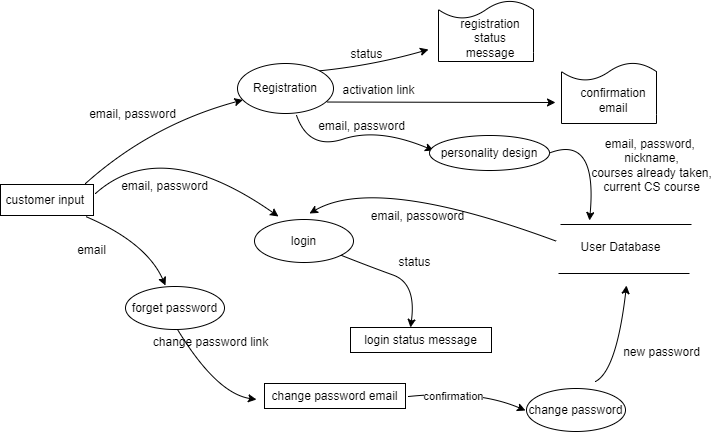
Pengxiang-Huang/CSC4001_Project keeps this draw.io diagram as Report/pic/DFD/Login_and_registration.png. Above is the earlier version. Source tidied: cells renumbered, new cells last; positions are measured from the earlier drawing's top-left corner, leaving out a move shared by most shapes. Source of this version:
```xml
<mxGraphModel background="#ffffff">
  <root>
    <mxCell id="0" />
    <mxCell id="1" parent="0" />
    <mxCell id="2" value="customer input&amp;nbsp;" style="rounded=0;whiteSpace=wrap;html=1;" parent="1" vertex="1">
      <mxGeometry y="184" width="93" height="31" as="geometry" />
    </mxCell>
    <mxCell id="3" value="email, password" style="text;html=1;align=center;verticalAlign=middle;strokeColor=none;fillColor=none;" parent="1" vertex="1">
      <mxGeometry x="83" y="105" width="97" height="18" as="geometry" />
    </mxCell>
    <mxCell id="4" value="Registration" style="ellipse;whiteSpace=wrap;html=1;" parent="1" vertex="1">
      <mxGeometry x="237" y="63" width="96" height="50" as="geometry" />
    </mxCell>
    <mxCell id="5" style="curved=1;endArrow=classic;html=1;rounded=0;exitX=1;exitY=0;exitDx=0;exitDy=0;" parent="1" edge="1" source="4">
      <mxGeometry relative="1" as="geometry">
        <mxPoint x="428" y="49" as="targetPoint" />
        <Array as="points">
          <mxPoint x="372" y="65" />
        </Array>
      </mxGeometry>
    </mxCell>
    <mxCell id="6" value="status" style="text;html=1;align=center;verticalAlign=middle;strokeColor=none;fillColor=none;" parent="1" vertex="1">
      <mxGeometry x="345" y="45" width="42" height="18" as="geometry" />
    </mxCell>
    <mxCell id="7" style="curved=1;endArrow=classic;html=1;rounded=0;exitX=1;exitY=0;exitDx=0;exitDy=0;" parent="1" edge="1">
      <mxGeometry relative="1" as="geometry">
        <mxPoint x="327" y="101.5" as="sourcePoint" />
        <mxPoint x="555" y="102" as="targetPoint" />
      </mxGeometry>
    </mxCell>
    <mxCell id="8" value="activation link" style="text;html=1;align=center;verticalAlign=middle;strokeColor=none;fillColor=none;" parent="1" vertex="1">
      <mxGeometry x="337" y="81" width="82" height="18" as="geometry" />
    </mxCell>
    <mxCell id="9" style="curved=1;endArrow=classic;html=1;rounded=0;exitX=0.613;exitY=1.027;exitDx=0;exitDy=0;exitPerimeter=0;" parent="1" edge="1" source="4">
      <mxGeometry relative="1" as="geometry">
        <mxPoint x="433" y="150" as="targetPoint" />
        <Array as="points">
          <mxPoint x="308" y="150" />
          <mxPoint x="378" y="127" />
        </Array>
      </mxGeometry>
    </mxCell>
    <mxCell id="10" value="email, password" style="text;html=1;align=center;verticalAlign=middle;strokeColor=none;fillColor=none;" parent="1" vertex="1">
      <mxGeometry x="312" y="117" width="97" height="18" as="geometry" />
    </mxCell>
    <mxCell id="11" value="personality design" style="ellipse;whiteSpace=wrap;html=1;" parent="1" vertex="1">
      <mxGeometry x="429" y="135" width="120" height="35" as="geometry" />
    </mxCell>
    <mxCell id="12" style="curved=1;endArrow=classic;html=1;rounded=0;exitX=1;exitY=0.5;exitDx=0;exitDy=0;" parent="1" edge="1" source="11">
      <mxGeometry relative="1" as="geometry">
        <mxPoint x="589" y="220" as="targetPoint" />
        <Array as="points">
          <mxPoint x="597" y="134" />
        </Array>
      </mxGeometry>
    </mxCell>
    <mxCell id="13" value="email, password,&amp;nbsp;&lt;br&gt;nickname,&lt;br&gt;courses already taken,&lt;br&gt;current CS course" style="text;html=1;align=center;verticalAlign=middle;strokeColor=none;fillColor=none;" parent="1" vertex="1">
      <mxGeometry x="585" y="135" width="131" height="60" as="geometry" />
    </mxCell>
    <mxCell id="14" value="email, password" style="text;html=1;align=center;verticalAlign=middle;strokeColor=none;fillColor=none;" parent="1" vertex="1">
      <mxGeometry x="115" y="177" width="97" height="18" as="geometry" />
    </mxCell>
    <mxCell id="15" style="curved=1;endArrow=classic;html=1;rounded=0;" parent="1" edge="1" target="4">
      <mxGeometry relative="1" as="geometry">
        <mxPoint x="85" y="183" as="sourcePoint" />
        <Array as="points">
          <mxPoint x="151" y="124" />
        </Array>
      </mxGeometry>
    </mxCell>
    <mxCell id="16" style="curved=1;endArrow=classic;html=1;rounded=0;" parent="1" edge="1">
      <mxGeometry relative="1" as="geometry">
        <mxPoint x="95" y="193" as="sourcePoint" />
        <mxPoint x="278" y="216" as="targetPoint" />
        <Array as="points">
          <mxPoint x="161" y="134" />
        </Array>
      </mxGeometry>
    </mxCell>
    <mxCell id="17" value="login" style="ellipse;whiteSpace=wrap;html=1;" parent="1" vertex="1">
      <mxGeometry x="254" y="219" width="99" height="43" as="geometry" />
    </mxCell>
    <mxCell id="18" style="curved=1;endArrow=classic;html=1;rounded=0;" parent="1" edge="1">
      <mxGeometry relative="1" as="geometry">
        <mxPoint x="556" y="240.8" as="sourcePoint" />
        <mxPoint x="309" y="213" as="targetPoint" />
        <Array as="points">
          <mxPoint x="376" y="174" />
        </Array>
      </mxGeometry>
    </mxCell>
    <mxCell id="19" value="email, passoword" style="text;html=1;align=center;verticalAlign=middle;strokeColor=none;fillColor=none;" parent="1" vertex="1">
      <mxGeometry x="365" y="207" width="103" height="18" as="geometry" />
    </mxCell>
    <mxCell id="20" style="curved=1;endArrow=classic;html=1;rounded=0;" parent="1" edge="1" source="17">
      <mxGeometry relative="1" as="geometry">
        <mxPoint x="410" y="327" as="targetPoint" />
        <Array as="points">
          <mxPoint x="369" y="266" />
          <mxPoint x="416" y="283" />
        </Array>
      </mxGeometry>
    </mxCell>
    <mxCell id="21" value="login status message" style="rounded=0;whiteSpace=wrap;html=1;" parent="1" vertex="1">
      <mxGeometry x="350" y="327" width="141" height="25" as="geometry" />
    </mxCell>
    <mxCell id="22" value="status" style="text;html=1;align=center;verticalAlign=middle;strokeColor=none;fillColor=none;" parent="1" vertex="1">
      <mxGeometry x="393" y="253" width="42" height="18" as="geometry" />
    </mxCell>
    <mxCell id="23" style="curved=1;endArrow=classic;html=1;rounded=0;exitX=0.918;exitY=1.035;exitDx=0;exitDy=0;exitPerimeter=0;" parent="1" edge="1" source="2">
      <mxGeometry relative="1" as="geometry">
        <mxPoint x="165" y="285" as="targetPoint" />
        <Array as="points">
          <mxPoint x="146" y="242" />
        </Array>
      </mxGeometry>
    </mxCell>
    <mxCell id="24" value="email" style="text;html=1;align=center;verticalAlign=middle;strokeColor=none;fillColor=none;" parent="1" vertex="1">
      <mxGeometry x="71" y="241" width="39" height="18" as="geometry" />
    </mxCell>
    <mxCell id="25" value="forget password" style="ellipse;whiteSpace=wrap;html=1;" parent="1" vertex="1">
      <mxGeometry x="125" y="286" width="99" height="43" as="geometry" />
    </mxCell>
    <mxCell id="26" style="curved=1;endArrow=classic;html=1;rounded=0;" parent="1" edge="1">
      <mxGeometry relative="1" as="geometry">
        <mxPoint x="177" y="329" as="sourcePoint" />
        <mxPoint x="256" y="399" as="targetPoint" />
        <Array as="points">
          <mxPoint x="216" y="393" />
        </Array>
      </mxGeometry>
    </mxCell>
    <mxCell id="27" value="change password link&lt;br&gt;" style="text;html=1;align=center;verticalAlign=middle;strokeColor=none;fillColor=none;" parent="1" vertex="1">
      <mxGeometry x="147" y="333" width="125" height="18" as="geometry" />
    </mxCell>
    <mxCell id="28" value="change password email" style="rounded=0;whiteSpace=wrap;html=1;" parent="1" vertex="1">
      <mxGeometry x="264" y="383" width="141" height="25" as="geometry" />
    </mxCell>
    <mxCell id="29" style="curved=1;endArrow=classic;html=1;rounded=0;" parent="1" edge="1">
      <mxGeometry relative="1" as="geometry">
        <mxPoint x="408" y="396" as="sourcePoint" />
        <mxPoint x="525" y="410" as="targetPoint" />
        <Array as="points">
          <mxPoint x="476" y="389" />
        </Array>
      </mxGeometry>
    </mxCell>
    <mxCell id="30" value="confirmation" style="edgeLabel;html=1;align=center;verticalAlign=middle;" parent="29" vertex="1">
      <mxGeometry x="-0.51" y="-1" relative="1" as="geometry">
        <mxPoint x="15" y="2" as="offset" />
      </mxGeometry>
    </mxCell>
    <mxCell id="31" value="change password" style="ellipse;whiteSpace=wrap;html=1;" parent="1" vertex="1">
      <mxGeometry x="526" y="388" width="99" height="43" as="geometry" />
    </mxCell>
    <mxCell id="32" style="curved=1;endArrow=classic;html=1;rounded=0;" parent="1" edge="1">
      <mxGeometry relative="1" as="geometry">
        <mxPoint x="595" y="381" as="sourcePoint" />
        <mxPoint x="626" y="285" as="targetPoint" />
        <Array as="points">
          <mxPoint x="616" y="370" />
        </Array>
      </mxGeometry>
    </mxCell>
    <mxCell id="33" value="new password" style="text;html=1;align=center;verticalAlign=middle;strokeColor=none;fillColor=none;" parent="1" vertex="1">
      <mxGeometry x="617" y="343" width="87" height="18" as="geometry" />
    </mxCell>
    <mxCell id="34" style="endArrow=none;html=1;rounded=0;" parent="1" edge="1">
      <mxGeometry relative="1" as="geometry">
        <mxPoint x="560" y="224" as="sourcePoint" />
        <mxPoint x="691" y="224" as="targetPoint" />
      </mxGeometry>
    </mxCell>
    <mxCell id="35" style="endArrow=none;html=1;rounded=0;" parent="1" edge="1">
      <mxGeometry relative="1" as="geometry">
        <mxPoint x="558" y="273" as="sourcePoint" />
        <mxPoint x="689" y="273" as="targetPoint" />
      </mxGeometry>
    </mxCell>
    <mxCell id="36" value="User Database" style="text;html=1;strokeColor=none;fillColor=none;align=center;verticalAlign=middle;whiteSpace=wrap;rounded=0;" parent="1" vertex="1">
      <mxGeometry x="547" y="232" width="147" height="30" as="geometry" />
    </mxCell>
    <mxCell id="37" style="shape=document;whiteSpace=wrap;html=1;boundedLbl=1;rotation=-180;" parent="1" vertex="1">
      <mxGeometry x="438" width="95" height="61" as="geometry" />
    </mxCell>
    <mxCell id="38" value="registration status message" style="text;html=1;strokeColor=none;fillColor=none;align=center;verticalAlign=middle;whiteSpace=wrap;rounded=0;" parent="1" vertex="1">
      <mxGeometry x="459.5" y="23" width="60" height="30" as="geometry" />
    </mxCell>
    <mxCell id="39" style="shape=document;whiteSpace=wrap;html=1;boundedLbl=1;rotation=-180;" parent="1" vertex="1">
      <mxGeometry x="561" y="62" width="95" height="61" as="geometry" />
    </mxCell>
    <mxCell id="40" value="confirmation email" style="text;html=1;strokeColor=none;fillColor=none;align=center;verticalAlign=middle;whiteSpace=wrap;rounded=0;" parent="1" vertex="1">
      <mxGeometry x="582.5" y="85" width="60" height="30" as="geometry" />
    </mxCell>
  </root>
</mxGraphModel>
```
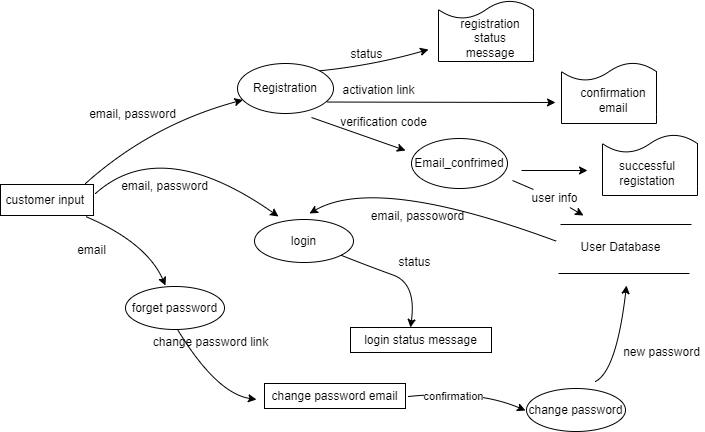
After the commit.

Change to the diagram source:
```diff
@@ -31,32 +31,6 @@
     <mxCell id="8" value="activation link" style="text;html=1;align=center;verticalAlign=middle;strokeColor=none;fillColor=none;" parent="1" vertex="1">
       <mxGeometry x="337" y="81" width="82" height="18" as="geometry" />
     </mxCell>
-    <mxCell id="9" style="curved=1;endArrow=classic;html=1;rounded=0;exitX=0.613;exitY=1.027;exitDx=0;exitDy=0;exitPerimeter=0;" parent="1" edge="1" source="4">
-      <mxGeometry relative="1" as="geometry">
-        <mxPoint x="433" y="150" as="targetPoint" />
-        <Array as="points">
-          <mxPoint x="308" y="150" />
-          <mxPoint x="378" y="127" />
-        </Array>
-      </mxGeometry>
-    </mxCell>
-    <mxCell id="10" value="email, password" style="text;html=1;align=center;verticalAlign=middle;strokeColor=none;fillColor=none;" parent="1" vertex="1">
-      <mxGeometry x="312" y="117" width="97" height="18" as="geometry" />
-    </mxCell>
-    <mxCell id="11" value="personality design" style="ellipse;whiteSpace=wrap;html=1;" parent="1" vertex="1">
-      <mxGeometry x="429" y="135" width="120" height="35" as="geometry" />
-    </mxCell>
-    <mxCell id="12" style="curved=1;endArrow=classic;html=1;rounded=0;exitX=1;exitY=0.5;exitDx=0;exitDy=0;" parent="1" edge="1" source="11">
-      <mxGeometry relative="1" as="geometry">
-        <mxPoint x="589" y="220" as="targetPoint" />
-        <Array as="points">
-          <mxPoint x="597" y="134" />
-        </Array>
-      </mxGeometry>
-    </mxCell>
-    <mxCell id="13" value="email, password,&amp;nbsp;&lt;br&gt;nickname,&lt;br&gt;courses already taken,&lt;br&gt;current CS course" style="text;html=1;align=center;verticalAlign=middle;strokeColor=none;fillColor=none;" parent="1" vertex="1">
-      <mxGeometry x="585" y="135" width="131" height="60" as="geometry" />
-    </mxCell>
     <mxCell id="14" value="email, password" style="text;html=1;align=center;verticalAlign=middle;strokeColor=none;fillColor=none;" parent="1" vertex="1">
       <mxGeometry x="115" y="177" width="97" height="18" as="geometry" />
     </mxCell>
@@ -192,5 +166,42 @@
     <mxCell id="40" value="confirmation email" style="text;html=1;strokeColor=none;fillColor=none;align=center;verticalAlign=middle;whiteSpace=wrap;rounded=0;" parent="1" vertex="1">
       <mxGeometry x="582.5" y="85" width="60" height="30" as="geometry" />
     </mxCell>
+    <mxCell id="41" value="Email_confrimed" style="ellipse;whiteSpace=wrap;html=1;" parent="1" vertex="1">
+      <mxGeometry x="411" y="138" width="96" height="50" as="geometry" />
+    </mxCell>
+    <mxCell id="42" style="endArrow=classic;html=1;rounded=0;" parent="1" edge="1">
+      <mxGeometry relative="1" as="geometry">
+        <mxPoint x="311" y="117" as="sourcePoint" />
+        <mxPoint x="405" y="150" as="targetPoint" />
+      </mxGeometry>
+    </mxCell>
+    <mxCell id="43" value="verification code" style="text;html=1;align=center;verticalAlign=middle;strokeColor=none;fillColor=none;" parent="1" vertex="1">
+      <mxGeometry x="334" y="113" width="97" height="18" as="geometry" />
+    </mxCell>
+    <mxCell id="44" style="endArrow=classic;html=1;rounded=0;" parent="1" edge="1">
+      <mxGeometry relative="1" as="geometry">
+        <mxPoint x="521" y="170" as="sourcePoint" />
+        <mxPoint x="587" y="170" as="targetPoint" />
+      </mxGeometry>
+    </mxCell>
+    <mxCell id="45" style="shape=document;whiteSpace=wrap;html=1;boundedLbl=1;rotation=-180;" parent="1" vertex="1">
+      <mxGeometry x="602" y="134" width="95" height="61" as="geometry" />
+    </mxCell>
+    <mxCell id="46" value="successful registation" style="text;html=1;strokeColor=none;fillColor=none;align=center;verticalAlign=middle;whiteSpace=wrap;rounded=0;" parent="1" vertex="1">
+      <mxGeometry x="617" y="158" width="60" height="30" as="geometry" />
+    </mxCell>
+    <mxCell id="47" style="endArrow=classic;html=1;rounded=0;startArrow=none;" parent="1" edge="1" source="48">
+      <mxGeometry relative="1" as="geometry">
+        <mxPoint x="583" y="215" as="targetPoint" />
+      </mxGeometry>
+    </mxCell>
+    <mxCell id="48" value="user info" style="text;html=1;align=center;verticalAlign=middle;points=[];strokeColor=none;fillColor=none;" parent="1" vertex="1">
+      <mxGeometry x="526" y="189" width="56" height="18" as="geometry" />
+    </mxCell>
+    <mxCell id="49" style="endArrow=none;html=1;rounded=0;" parent="1" edge="1" target="48">
+      <mxGeometry relative="1" as="geometry">
+        <mxPoint x="512" y="180" as="sourcePoint" />
+      </mxGeometry>
+    </mxCell>
   </root>
 </mxGraphModel>
```
